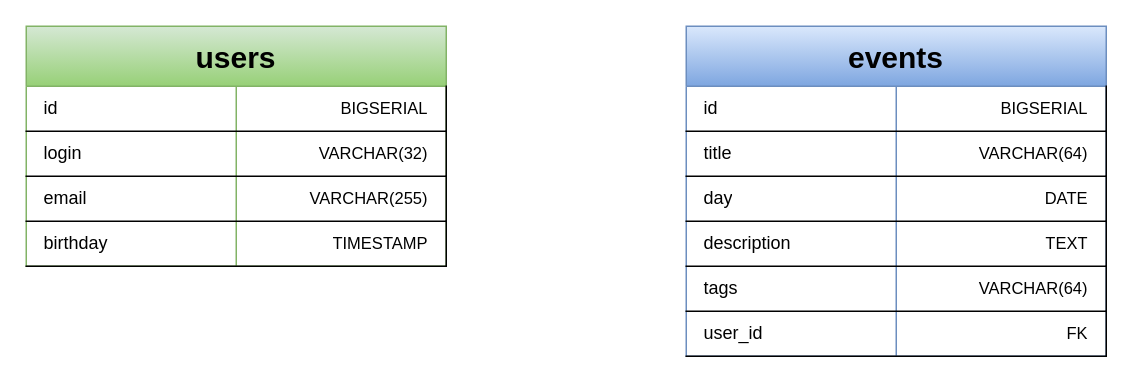
Before: server/my_history.drawio in EugeneKovalskyi/MyHistory, a draw.io diagram. Source tidied: cells renumbered, new cells numbered last; positions are measured from the earlier drawing's top-left corner, leaving out a move shared by most shapes. Both pictures are drawn from the tidied source at 150%, with x=0, y=0 at pixel (26, 26).
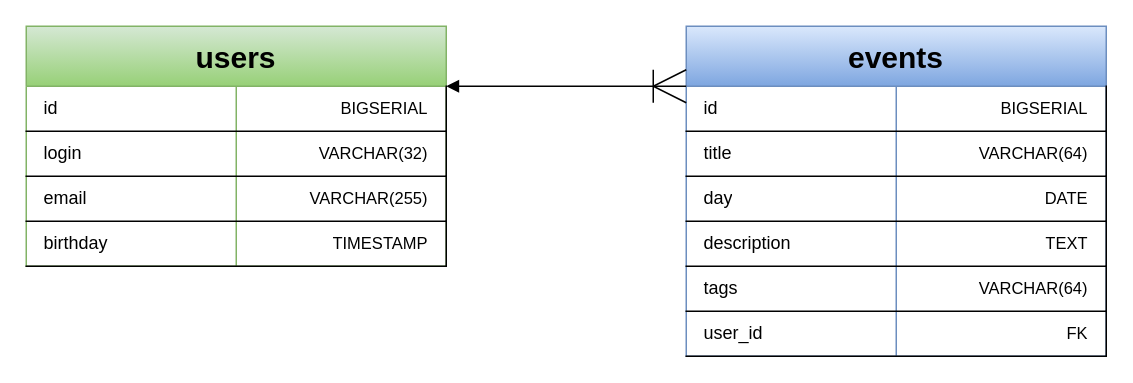
Above is the later version.

The change refers to these unchanged cells:
```xml
<mxCell id="3" style="shape=tableRow;horizontal=0;startSize=0;swimlaneHead=0;swimlaneBody=0;fillColor=none;points=[[0,0.5],[1,0.5]];portConstraint=eastwest;top=0;left=0;right=1;bottom=1;html=1;" parent="2" vertex="1">
  <mxGeometry y="40" width="280" height="30" as="geometry" />
</mxCell>
<mxCell id="21" value="&lt;font style=&quot;font-size: 20px;&quot;&gt;users&lt;/font&gt;" style="shape=table;startSize=40;childLayout=tableLayout;rowLines=0;fontStyle=1;align=center;html=1;whiteSpace=wrap;verticalAlign=middle;fillColor=#d5e8d4;strokeColor=light-dark(#82B366,#FFFFFF);gradientColor=#97d077;fontSize=16;" parent="1" vertex="1">
  <mxGeometry width="280" height="160" as="geometry" />
</mxCell>
```

Diff of the diagram source:
```diff
@@
+    <mxCell id="34" style="edgeStyle=entityRelationEdgeStyle;fontSize=12;html=1;endArrow=ERoneToMany;rounded=0;entryX=0;entryY=0;entryDx=0;entryDy=0;entryPerimeter=0;exitX=1;exitY=0.25;exitDx=0;exitDy=0;startSize=6;endSize=20;startArrow=block;startFill=1;" parent="1" edge="1" source="21" target="3">
+      <mxGeometry relative="1" as="geometry">
+        <Array as="points">
+          <mxPoint x="410" y="280" />
+        </Array>
+      </mxGeometry>
+    </mxCell>
```
